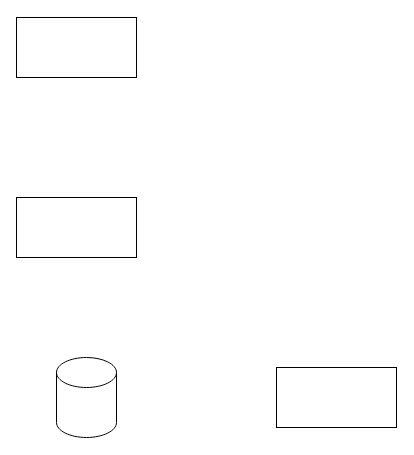
This is drawio/银行间正回购技术架构.drawio from happinessandlove/Pic, a draw.io file, before an edit. Source tidied: cells renumbered, new cells numbered last; positions are measured from the earlier drawing's top-left corner, leaving out a move shared by most shapes. Both pictures are drawn from the tidied source at 100%, with x=0, y=0 at pixel (16, 17).
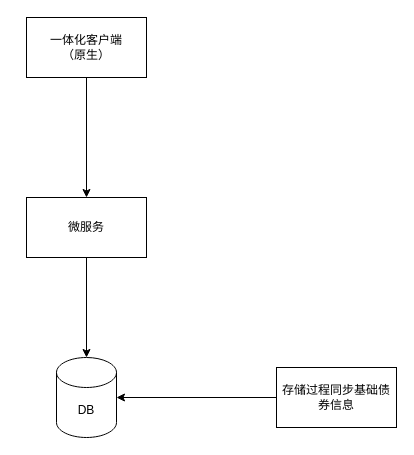
After the change.

Commit message:
Update 银行间正回购技术架构.drawio

The edit, as a diff of the source:
```diff
@@
 <mxGraphModel>
   <root>
     <mxCell id="0" />
     <mxCell id="1" parent="0" />
+    <mxCell id="6" style="edgeStyle=orthogonalEdgeStyle;rounded=0;jettySize=auto;html=1;" parent="1" edge="1" source="2" target="3">
+      <mxGeometry relative="1" as="geometry" />
+    </mxCell>
-    <mxCell id="2" style="rounded=0;whiteSpace=wrap;html=1;" parent="1" vertex="1">
-      <mxGeometry width="120" height="60" as="geometry" />
+    <mxCell id="2" value="一体化客户端&lt;br&gt;（原生）" style="rounded=0;whiteSpace=wrap;html=1;" parent="1" vertex="1">
+      <mxGeometry x="10" width="120" height="60" as="geometry" />
     </mxCell>
+    <mxCell id="7" style="edgeStyle=orthogonalEdgeStyle;rounded=0;jettySize=auto;html=1;" parent="1" edge="1" source="3" target="4">
+      <mxGeometry relative="1" as="geometry" />
+    </mxCell>
-    <mxCell id="3" style="rounded=0;whiteSpace=wrap;html=1;" parent="1" vertex="1">
-      <mxGeometry y="180" width="120" height="60" as="geometry" />
+    <mxCell id="3" value="微服务" style="rounded=0;whiteSpace=wrap;html=1;" parent="1" vertex="1">
+      <mxGeometry x="10" y="180" width="120" height="60" as="geometry" />
     </mxCell>
-    <mxCell id="4" style="shape=cylinder3;whiteSpace=wrap;html=1;boundedLbl=1;backgroundOutline=1;size=15;" parent="1" vertex="1">
+    <mxCell id="4" value="DB" style="shape=cylinder3;whiteSpace=wrap;html=1;boundedLbl=1;backgroundOutline=1;size=15;" parent="1" vertex="1">
       <mxGeometry x="40" y="340" width="60" height="80" as="geometry" />
     </mxCell>
+    <mxCell id="8" style="edgeStyle=orthogonalEdgeStyle;rounded=0;jettySize=auto;html=1;" parent="1" edge="1" source="5" target="4">
+      <mxGeometry relative="1" as="geometry" />
+    </mxCell>
-    <mxCell id="5" style="rounded=0;whiteSpace=wrap;html=1;" parent="1" vertex="1">
+    <mxCell id="5" value="存储过程同步基础债券信息" style="rounded=0;whiteSpace=wrap;html=1;" parent="1" vertex="1">
       <mxGeometry x="260" y="350" width="120" height="60" as="geometry" />
     </mxCell>
   </root>
 </mxGraphModel>
```
